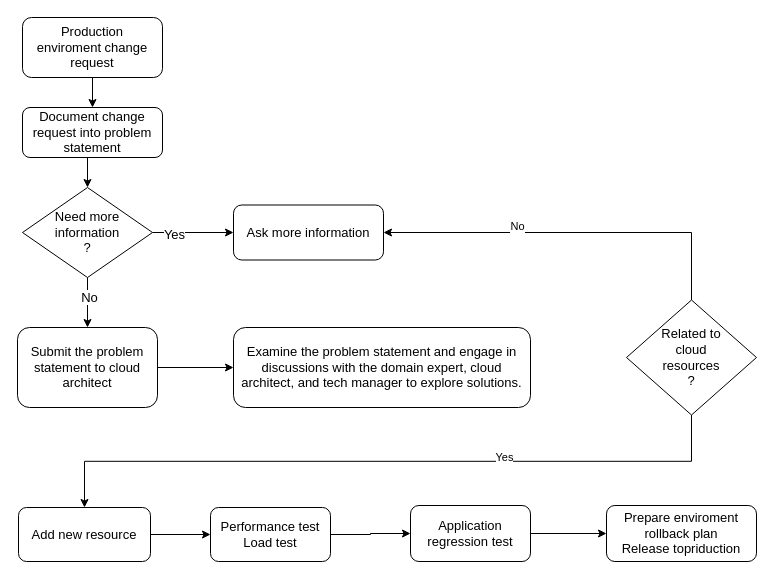
This is Untitled Diagram.drawio from darrenem2/searchable, a draw.io file, before an edit. Source tidied: cells renumbered, new cells numbered last; positions are measured from the earlier drawing's top-left corner, leaving out a move shared by most shapes. Both pictures are drawn from the tidied source at 100%, with x=0, y=0 at pixel (17, 17).
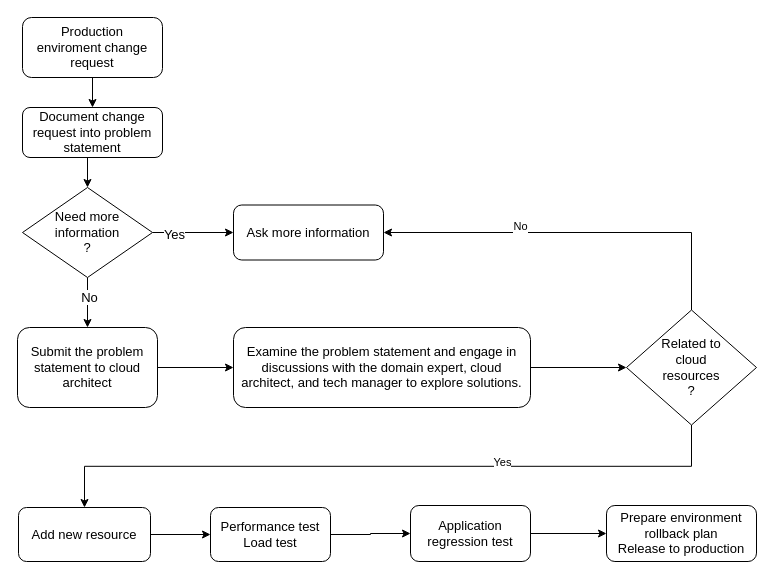
Above is the later version.

The change refers to these unchanged cells:
```xml
<mxCell id="14" value="Examine the problem statement and engage in discussions with the domain expert, cloud architect, and tech manager to explore solutions." style="rounded=1;whiteSpace=wrap;html=1;fontSize=13;glass=0;strokeWidth=1;shadow=0;align=center;verticalAlign=middle;" parent="1" vertex="1">
  <mxGeometry x="216" y="310" width="297" height="80" as="geometry" />
</mxCell>
```

Change to the diagram source:
```diff
@@
+    <mxCell id="27" style="edgeStyle=orthogonalEdgeStyle;rounded=0;jettySize=auto;html=1;exitX=1;exitY=0.5;exitDx=0;exitDy=0;" parent="1" edge="1" source="14" target="19">
+      <mxGeometry relative="1" as="geometry" />
+    </mxCell>
@@
     <mxCell id="19" value="Related to &lt;br style=&quot;font-size: 13px;&quot;&gt;cloud &lt;br style=&quot;font-size: 13px;&quot;&gt;resources&lt;br&gt;?" style="rhombus;whiteSpace=wrap;html=1;align=center;verticalAlign=middle;fontSize=13;" parent="1" vertex="1">
-      <mxGeometry x="609" y="282.5" width="130" height="115" as="geometry" />
+      <mxGeometry x="609" y="292.5" width="130" height="115" as="geometry" />
     </mxCell>
@@
-    <mxCell id="26" value="Prepare enviroment rollback plan&lt;br style=&quot;font-size: 13px;&quot;&gt;Release topriduction" style="rounded=1;whiteSpace=wrap;html=1;fontSize=13;glass=0;strokeWidth=1;shadow=0;align=center;verticalAlign=middle;" parent="1" vertex="1">
+    <mxCell id="26" value="Prepare environment rollback plan&lt;br style=&quot;font-size: 13px;&quot;&gt;Release to production" style="rounded=1;whiteSpace=wrap;html=1;fontSize=13;glass=0;strokeWidth=1;shadow=0;align=center;verticalAlign=middle;" parent="1" vertex="1">
       <mxGeometry x="589" y="488" width="150" height="56" as="geometry" />
     </mxCell>
```
